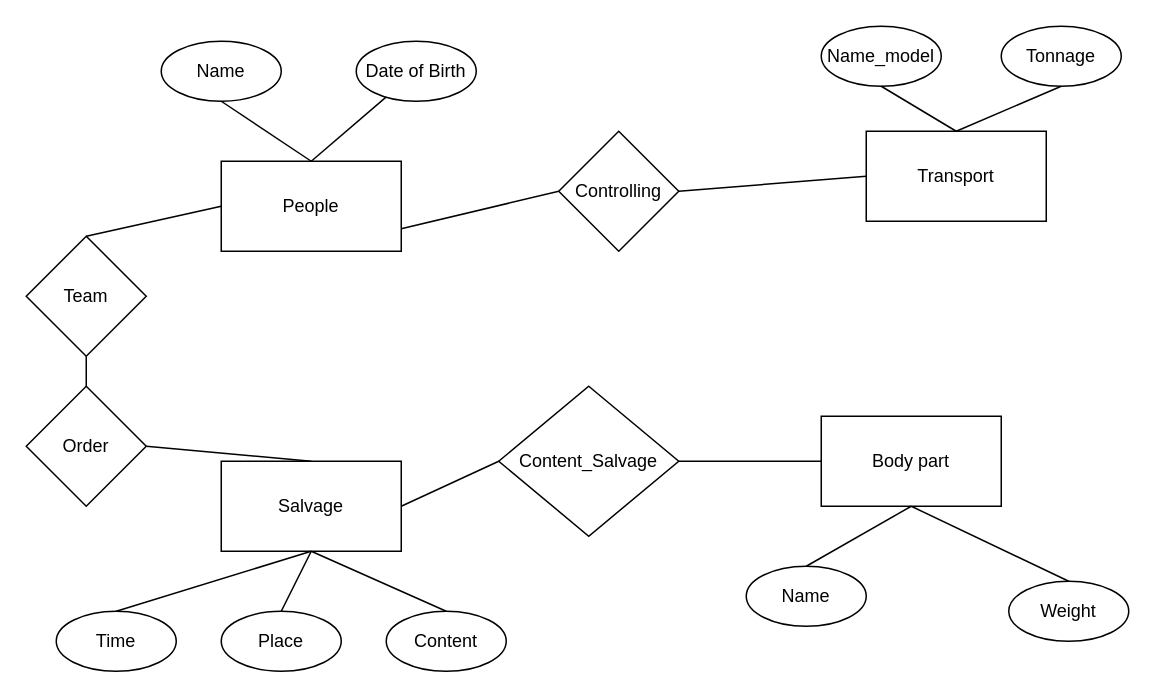
Earlier version of the draw.io diagram P33201/s291193/Lab2/Инфологический.drawio (sporrrtik/DataBases_22-23). Source tidied: cells renumbered, new cells numbered last; positions are measured from the earlier drawing's top-left corner, leaving out a move shared by most shapes. Both pictures are drawn from the tidied source at 150%, with x=0, y=0 at pixel (26, 26).
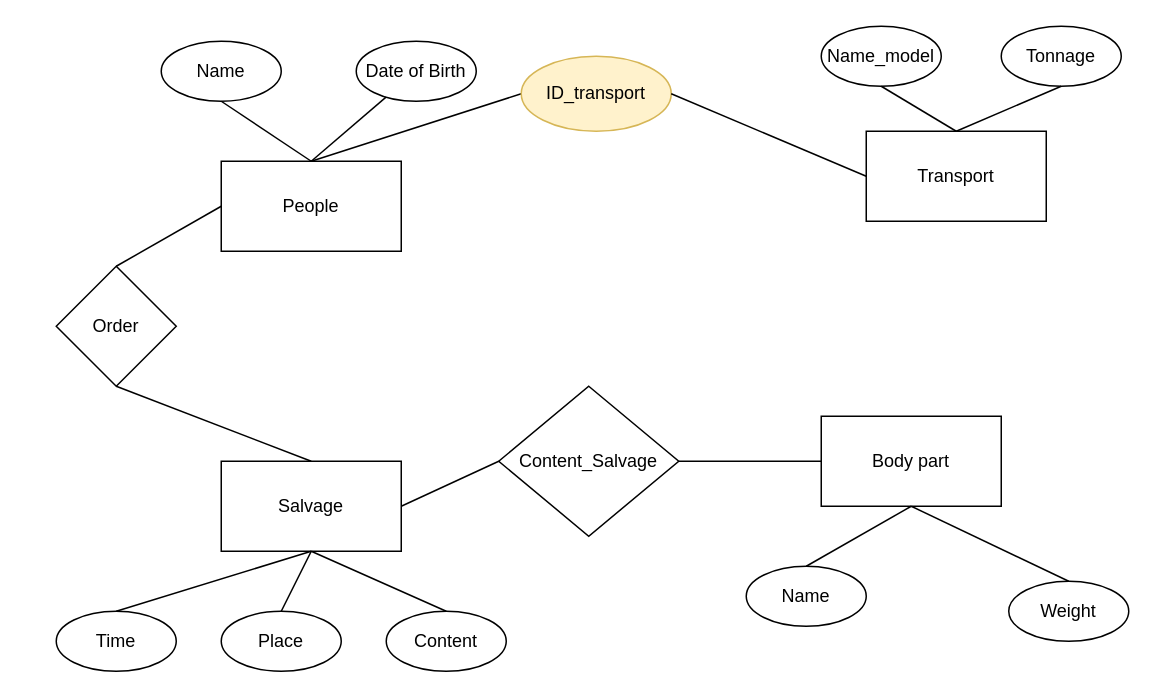
After the change.

The change refers to these unchanged cells:
```xml
<mxCell id="2" value="People" style="rounded=0;whiteSpace=wrap;html=1;" parent="1" vertex="1">
  <mxGeometry x="130" y="90" width="120" height="60" as="geometry" />
</mxCell>
<mxCell id="4" value="Salvage" style="rounded=0;whiteSpace=wrap;html=1;" parent="1" vertex="1">
  <mxGeometry x="130" y="290" width="120" height="60" as="geometry" />
</mxCell>
<mxCell id="5" value="Transport" style="rounded=0;whiteSpace=wrap;html=1;" parent="1" vertex="1">
  <mxGeometry x="560" y="70" width="120" height="60" as="geometry" />
</mxCell>
```

The edit, as a diff of the source:
```diff
@@
-    <mxCell id="24" value="Controlling" style="rhombus;whiteSpace=wrap;html=1;" parent="1" vertex="1">
-      <mxGeometry x="355" y="70" width="80" height="80" as="geometry" />
-    </mxCell>
-    <mxCell id="25" style="endArrow=none;html=1;rounded=0;exitX=1;exitY=0.75;exitDx=0;exitDy=0;entryX=0;entryY=0.5;entryDx=0;entryDy=0;" parent="1" edge="1" source="2" target="24">
-      <mxGeometry relative="1" as="geometry" />
-    </mxCell>
-    <mxCell id="26" style="endArrow=none;html=1;rounded=0;entryX=1;entryY=0.5;entryDx=0;entryDy=0;exitX=0;exitY=0.5;exitDx=0;exitDy=0;" parent="1" edge="1" source="5" target="24">
-      <mxGeometry relative="1" as="geometry" />
-    </mxCell>
-    <mxCell id="27" value="Team" style="rhombus;whiteSpace=wrap;html=1;" parent="1" vertex="1">
-      <mxGeometry y="140" width="80" height="80" as="geometry" />
-    </mxCell>
-    <mxCell id="28" style="endArrow=none;html=1;rounded=0;exitX=0.5;exitY=0;exitDx=0;exitDy=0;entryX=0;entryY=0.5;entryDx=0;entryDy=0;" parent="1" edge="1" source="27" target="2">
-      <mxGeometry relative="1" as="geometry" />
-    </mxCell>
     <mxCell id="29" value="Order" style="rhombus;whiteSpace=wrap;html=1;" parent="1" vertex="1">
-      <mxGeometry y="240" width="80" height="80" as="geometry" />
+      <mxGeometry x="20" y="160" width="80" height="80" as="geometry" />
     </mxCell>
-    <mxCell id="30" style="endArrow=none;html=1;rounded=0;exitX=1;exitY=0.5;exitDx=0;exitDy=0;entryX=0.5;entryY=0;entryDx=0;entryDy=0;" parent="1" edge="1" source="29" target="4">
+    <mxCell id="30" style="endArrow=none;html=1;rounded=0;exitX=0.5;exitY=1;exitDx=0;exitDy=0;entryX=0.5;entryY=0;entryDx=0;entryDy=0;" parent="1" edge="1" source="29" target="4">
       <mxGeometry relative="1" as="geometry" />
     </mxCell>
-    <mxCell id="31" style="endArrow=none;html=1;rounded=0;exitX=0.5;exitY=0;exitDx=0;exitDy=0;entryX=0.5;entryY=1;entryDx=0;entryDy=0;" parent="1" edge="1" source="29" target="27">
+    <mxCell id="31" style="endArrow=none;html=1;rounded=0;exitX=0.5;exitY=0;exitDx=0;exitDy=0;entryX=0;entryY=0.5;entryDx=0;entryDy=0;" parent="1" edge="1" source="29" target="2">
       <mxGeometry relative="1" as="geometry" />
     </mxCell>
@@
+    <mxCell id="35" style="endArrow=none;html=1;rounded=0;exitX=0.5;exitY=0;exitDx=0;exitDy=0;entryX=0;entryY=0.5;entryDx=0;entryDy=0;" parent="1" edge="1" source="2" target="36">
+      <mxGeometry relative="1" as="geometry" />
+    </mxCell>
+    <mxCell id="36" value="ID_transport" style="ellipse;whiteSpace=wrap;html=1;fillColor=#fff2cc;strokeColor=#d6b656;" parent="1" vertex="1">
+      <mxGeometry x="330" y="20" width="100" height="50" as="geometry" />
+    </mxCell>
+    <mxCell id="37" style="endArrow=none;html=1;rounded=0;exitX=1;exitY=0.5;exitDx=0;exitDy=0;entryX=0;entryY=0.5;entryDx=0;entryDy=0;" parent="1" edge="1" source="36" target="5">
+      <mxGeometry relative="1" as="geometry" />
+    </mxCell>
```
